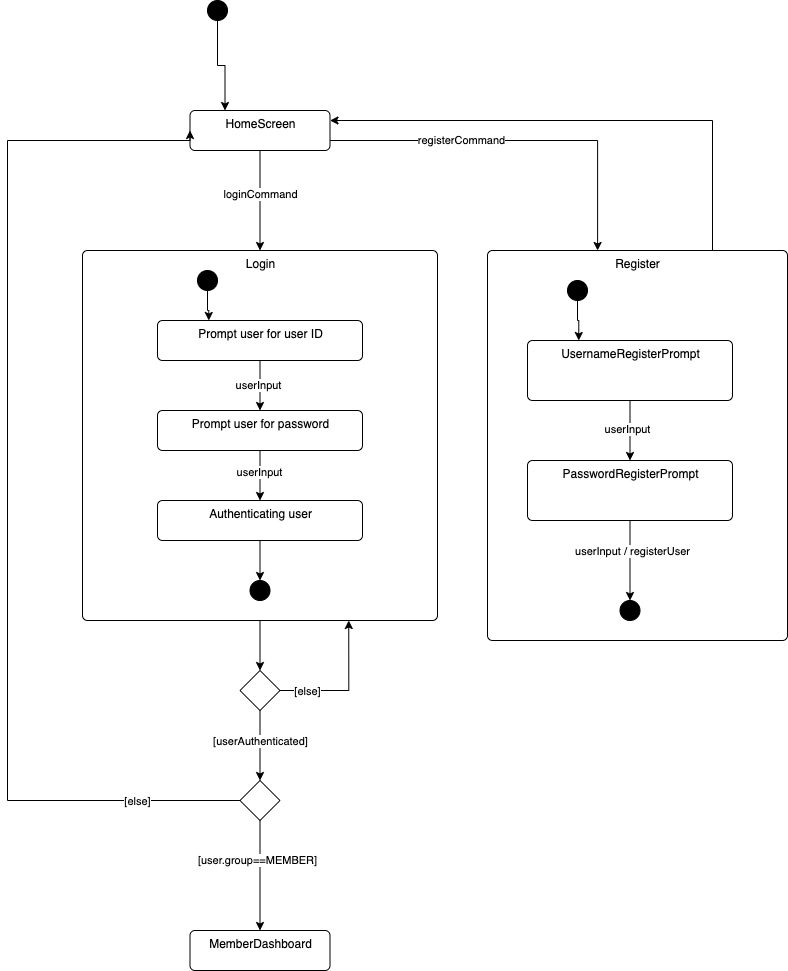
Above: diagrams/state.png in ArthurAtangana/club-management-system (draw.io), before the change. Source tidied: cells renumbered, new cells last; positions are measured from the earlier drawing's top-left corner, leaving out a move shared by most shapes.
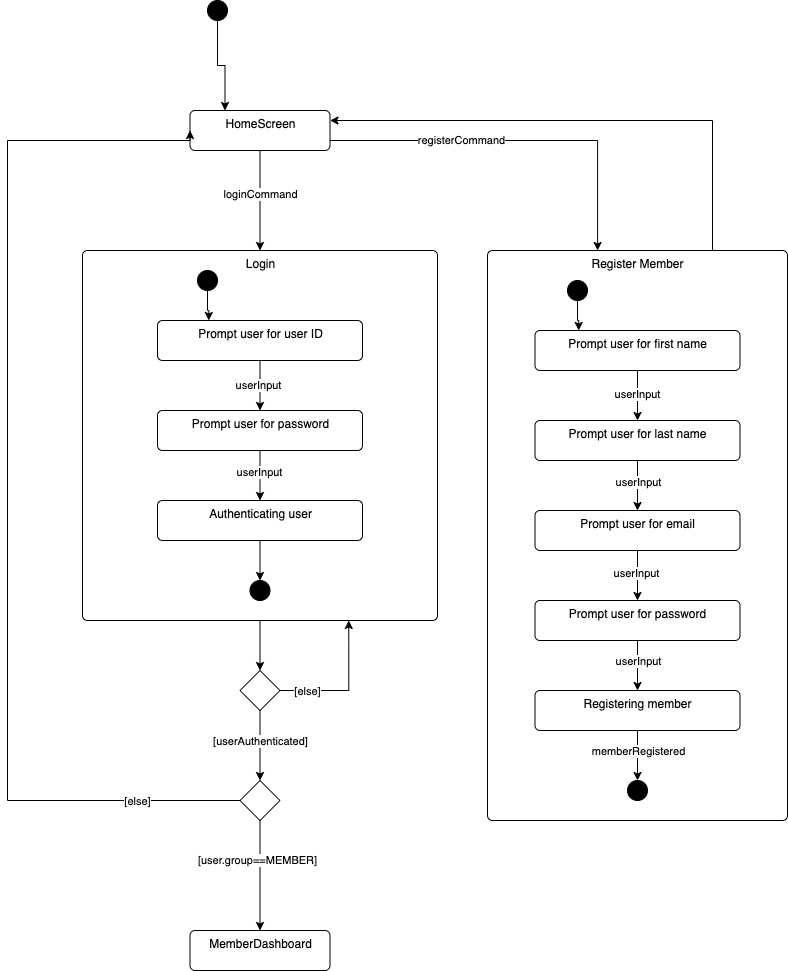
After the change.

Commit message:
docs: add tmp state diagram for designing register states

Change to the diagram source:
```diff
@@ -28,8 +28,8 @@
     <mxCell id="9" style="edgeStyle=orthogonalEdgeStyle;rounded=0;jettySize=auto;html=1;exitX=0.75;exitY=0;exitDx=0;exitDy=0;entryX=1;entryY=0.25;entryDx=0;entryDy=0;" parent="1" edge="1" source="10" target="6">
       <mxGeometry relative="1" as="geometry" />
     </mxCell>
-    <mxCell id="10" value="Register" style="html=1;align=center;verticalAlign=top;rounded=1;absoluteArcSize=1;arcSize=10;dashed=0;" parent="1" vertex="1">
-      <mxGeometry x="480" y="250" width="300" height="390" as="geometry" />
+    <mxCell id="10" value="Register Member" style="html=1;align=center;verticalAlign=top;rounded=1;absoluteArcSize=1;arcSize=10;dashed=0;" parent="1" vertex="1">
+      <mxGeometry x="480" y="250" width="300" height="570" as="geometry" />
     </mxCell>
     <mxCell id="11" value="MemberDashboard" style="html=1;align=center;verticalAlign=top;rounded=1;absoluteArcSize=1;arcSize=10;dashed=0;" parent="1" vertex="1">
       <mxGeometry x="182.5" y="930" width="140" height="40" as="geometry" />
@@ -81,28 +81,10 @@
     <mxCell id="24" value="Prompt user for password" style="html=1;align=center;verticalAlign=top;rounded=1;absoluteArcSize=1;arcSize=10;dashed=0;" parent="1" vertex="1">
       <mxGeometry x="150" y="410" width="205" height="40" as="geometry" />
     </mxCell>
-    <mxCell id="25" style="edgeStyle=orthogonalEdgeStyle;rounded=0;jettySize=auto;html=1;exitX=0.5;exitY=1;exitDx=0;exitDy=0;entryX=0.5;entryY=0;entryDx=0;entryDy=0;" parent="1" edge="1" source="27" target="30">
-      <mxGeometry relative="1" as="geometry" />
-    </mxCell>
-    <mxCell id="26" value="userInput" style="edgeLabel;html=1;align=center;verticalAlign=middle;" parent="25" vertex="1">
-      <mxGeometry x="-0.08" y="-3" relative="1" as="geometry" />
-    </mxCell>
-    <mxCell id="27" value="UsernameRegisterPrompt" style="html=1;align=center;verticalAlign=top;rounded=1;absoluteArcSize=1;arcSize=10;dashed=0;" parent="1" vertex="1">
-      <mxGeometry x="520" y="340" width="205" height="60" as="geometry" />
-    </mxCell>
-    <mxCell id="28" style="edgeStyle=orthogonalEdgeStyle;rounded=0;jettySize=auto;html=1;exitX=0.5;exitY=1;exitDx=0;exitDy=0;entryX=0.5;entryY=0;entryDx=0;entryDy=0;" parent="1" edge="1" source="30" target="31">
-      <mxGeometry relative="1" as="geometry" />
-    </mxCell>
-    <mxCell id="29" value="userInput / registerUser" style="edgeLabel;html=1;align=center;verticalAlign=middle;" parent="28" vertex="1">
-      <mxGeometry x="-0.25" y="2" relative="1" as="geometry" />
-    </mxCell>
-    <mxCell id="30" value="PasswordRegisterPrompt" style="html=1;align=center;verticalAlign=top;rounded=1;absoluteArcSize=1;arcSize=10;dashed=0;" parent="1" vertex="1">
-      <mxGeometry x="520" y="460" width="205" height="60" as="geometry" />
-    </mxCell>
     <mxCell id="31" style="shape=ellipse;html=1;fillColor=strokeColor;fontSize=18;fontColor=#ffffff;" parent="1" vertex="1">
-      <mxGeometry x="612.5" y="600" width="20" height="20" as="geometry" />
+      <mxGeometry x="620" y="780" width="20" height="20" as="geometry" />
     </mxCell>
-    <mxCell id="32" style="edgeStyle=orthogonalEdgeStyle;rounded=0;jettySize=auto;html=1;entryX=0.25;entryY=0;entryDx=0;entryDy=0;" parent="1" edge="1" source="33" target="27">
+    <mxCell id="32" style="edgeStyle=orthogonalEdgeStyle;rounded=0;jettySize=auto;html=1;entryX=0.213;entryY=0;entryDx=0;entryDy=0;entryPerimeter=0;" parent="1" edge="1" source="33" target="46">
       <mxGeometry relative="1" as="geometry" />
     </mxCell>
     <mxCell id="33" style="shape=ellipse;html=1;fillColor=strokeColor;fontSize=18;fontColor=#ffffff;" parent="1" vertex="1">
@@ -146,5 +128,54 @@
     <mxCell id="43" style="rhombus;whiteSpace=wrap;html=1;" parent="1" vertex="1">
       <mxGeometry x="232.5" y="670" width="40" height="40" as="geometry" />
     </mxCell>
+    <mxCell id="44" style="edgeStyle=orthogonalEdgeStyle;rounded=0;jettySize=auto;html=1;exitX=0.5;exitY=1;exitDx=0;exitDy=0;entryX=0.5;entryY=0;entryDx=0;entryDy=0;" parent="1" edge="1" source="46" target="49">
+      <mxGeometry relative="1" as="geometry" />
+    </mxCell>
+    <mxCell id="45" value="userInput" style="edgeLabel;html=1;align=center;verticalAlign=middle;" parent="44" vertex="1">
+      <mxGeometry x="-0.1" y="-1" relative="1" as="geometry" />
+    </mxCell>
+    <mxCell id="46" value="Prompt user for first name" style="html=1;align=center;verticalAlign=top;rounded=1;absoluteArcSize=1;arcSize=10;dashed=0;" parent="1" vertex="1">
+      <mxGeometry x="527.5" y="330" width="205" height="40" as="geometry" />
+    </mxCell>
+    <mxCell id="47" style="edgeStyle=orthogonalEdgeStyle;rounded=0;jettySize=auto;html=1;exitX=0.5;exitY=1;exitDx=0;exitDy=0;entryX=0.5;entryY=0;entryDx=0;entryDy=0;" parent="1" edge="1" source="49" target="52">
+      <mxGeometry relative="1" as="geometry" />
+    </mxCell>
+    <mxCell id="48" value="userInput" style="edgeLabel;html=1;align=center;verticalAlign=middle;" parent="47" vertex="1">
+      <mxGeometry x="-0.15" relative="1" as="geometry" />
+    </mxCell>
+    <mxCell id="49" value="Prompt user for last name" style="html=1;align=center;verticalAlign=top;rounded=1;absoluteArcSize=1;arcSize=10;dashed=0;" parent="1" vertex="1">
+      <mxGeometry x="527.5" y="420" width="205" height="40" as="geometry" />
+    </mxCell>
+    <mxCell id="50" style="edgeStyle=orthogonalEdgeStyle;rounded=0;jettySize=auto;html=1;exitX=0.5;exitY=1;exitDx=0;exitDy=0;entryX=0.5;entryY=0;entryDx=0;entryDy=0;" parent="1" edge="1" source="52" target="55">
+      <mxGeometry relative="1" as="geometry" />
+    </mxCell>
+    <mxCell id="51" value="userInput" style="edgeLabel;html=1;align=center;verticalAlign=middle;" parent="50" vertex="1">
+      <mxGeometry x="-0.12" y="-2" relative="1" as="geometry" />
+    </mxCell>
+    <mxCell id="52" value="Prompt user for email" style="html=1;align=center;verticalAlign=top;rounded=1;absoluteArcSize=1;arcSize=10;dashed=0;" parent="1" vertex="1">
+      <mxGeometry x="527.5" y="510" width="205" height="40" as="geometry" />
+    </mxCell>
+    <mxCell id="53" style="edgeStyle=orthogonalEdgeStyle;rounded=0;jettySize=auto;html=1;exitX=0.5;exitY=1;exitDx=0;exitDy=0;" parent="1" edge="1" source="55" target="58">
+      <mxGeometry relative="1" as="geometry" />
+    </mxCell>
+    <mxCell id="54" value="userInput" style="edgeLabel;html=1;align=center;verticalAlign=middle;" parent="53" vertex="1">
+      <mxGeometry x="0.04" y="4" relative="1" as="geometry">
+        <mxPoint x="-4" y="-6" as="offset" />
+      </mxGeometry>
+    </mxCell>
+    <mxCell id="55" value="Prompt user for password" style="html=1;align=center;verticalAlign=top;rounded=1;absoluteArcSize=1;arcSize=10;dashed=0;" parent="1" vertex="1">
+      <mxGeometry x="527.5" y="600" width="205" height="40" as="geometry" />
+    </mxCell>
+    <mxCell id="56" style="edgeStyle=orthogonalEdgeStyle;rounded=0;jettySize=auto;html=1;entryX=0.5;entryY=0;entryDx=0;entryDy=0;" parent="1" edge="1" source="58" target="31">
+      <mxGeometry relative="1" as="geometry" />
+    </mxCell>
+    <mxCell id="57" value="memberRegistered" style="edgeLabel;html=1;align=center;verticalAlign=middle;" parent="56" vertex="1">
+      <mxGeometry x="0.04" relative="1" as="geometry">
+        <mxPoint y="-6" as="offset" />
+      </mxGeometry>
+    </mxCell>
+    <mxCell id="58" value="Registering member" style="html=1;align=center;verticalAlign=top;rounded=1;absoluteArcSize=1;arcSize=10;dashed=0;" parent="1" vertex="1">
+      <mxGeometry x="527.5" y="690" width="205" height="40" as="geometry" />
+    </mxCell>
   </root>
 </mxGraphModel>
```
